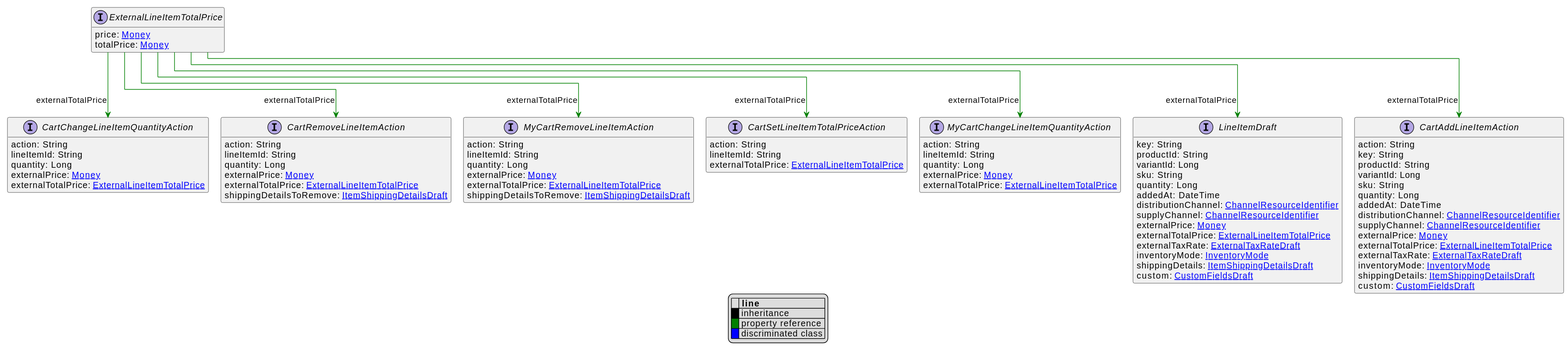
Before: uml/api/svg/ExternalLineItemTotalPrice.svg, a diagram exported from PlantUML (commercetools/commercetools-api-reference).
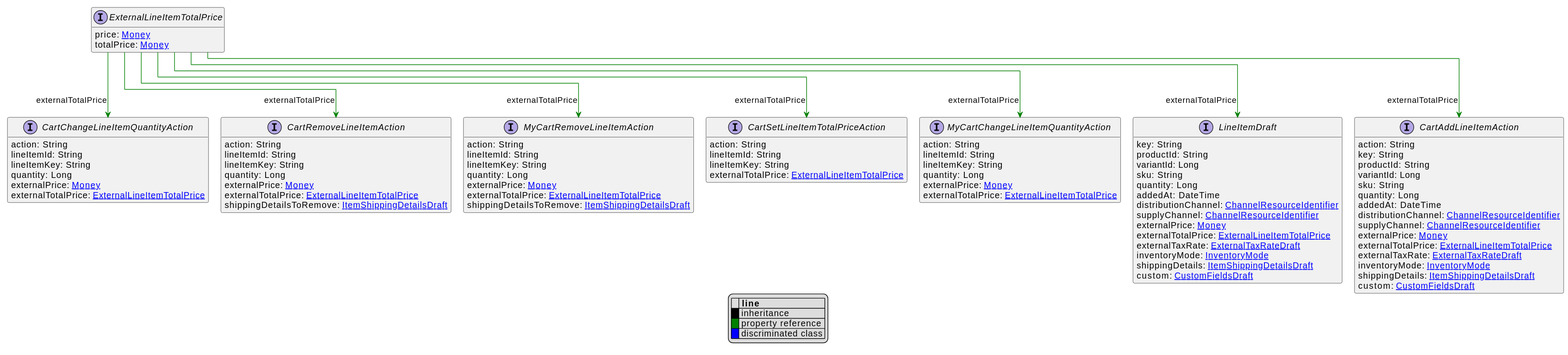
After the change.

Change to the diagram source:
```diff
@@ -51,6 +51,7 @@
 interface CartChangeLineItemQuantityAction [[CartChangeLineItemQuantityAction.svg]]  {
     action: String
     lineItemId: String
+    lineItemKey: String
     quantity: Long
     externalPrice: [[Money.svg Money]]
     externalTotalPrice: [[ExternalLineItemTotalPrice.svg ExternalLineItemTotalPrice]]
@@ -58,6 +59,7 @@
 interface CartRemoveLineItemAction [[CartRemoveLineItemAction.svg]]  {
     action: String
     lineItemId: String
+    lineItemKey: String
     quantity: Long
     externalPrice: [[Money.svg Money]]
     externalTotalPrice: [[ExternalLineItemTotalPrice.svg ExternalLineItemTotalPrice]]
@@ -66,11 +68,13 @@
 interface CartSetLineItemTotalPriceAction [[CartSetLineItemTotalPriceAction.svg]]  {
     action: String
     lineItemId: String
+    lineItemKey: String
     externalTotalPrice: [[ExternalLineItemTotalPrice.svg ExternalLineItemTotalPrice]]
 }
 interface MyCartChangeLineItemQuantityAction [[MyCartChangeLineItemQuantityAction.svg]]  {
     action: String
     lineItemId: String
+    lineItemKey: String
     quantity: Long
     externalPrice: [[Money.svg Money]]
     externalTotalPrice: [[ExternalLineItemTotalPrice.svg ExternalLineItemTotalPrice]]
@@ -78,6 +82,7 @@
 interface MyCartRemoveLineItemAction [[MyCartRemoveLineItemAction.svg]]  {
     action: String
     lineItemId: String
+    lineItemKey: String
     quantity: Long
     externalPrice: [[Money.svg Money]]
     externalTotalPrice: [[ExternalLineItemTotalPrice.svg ExternalLineItemTotalPrice]]
```
